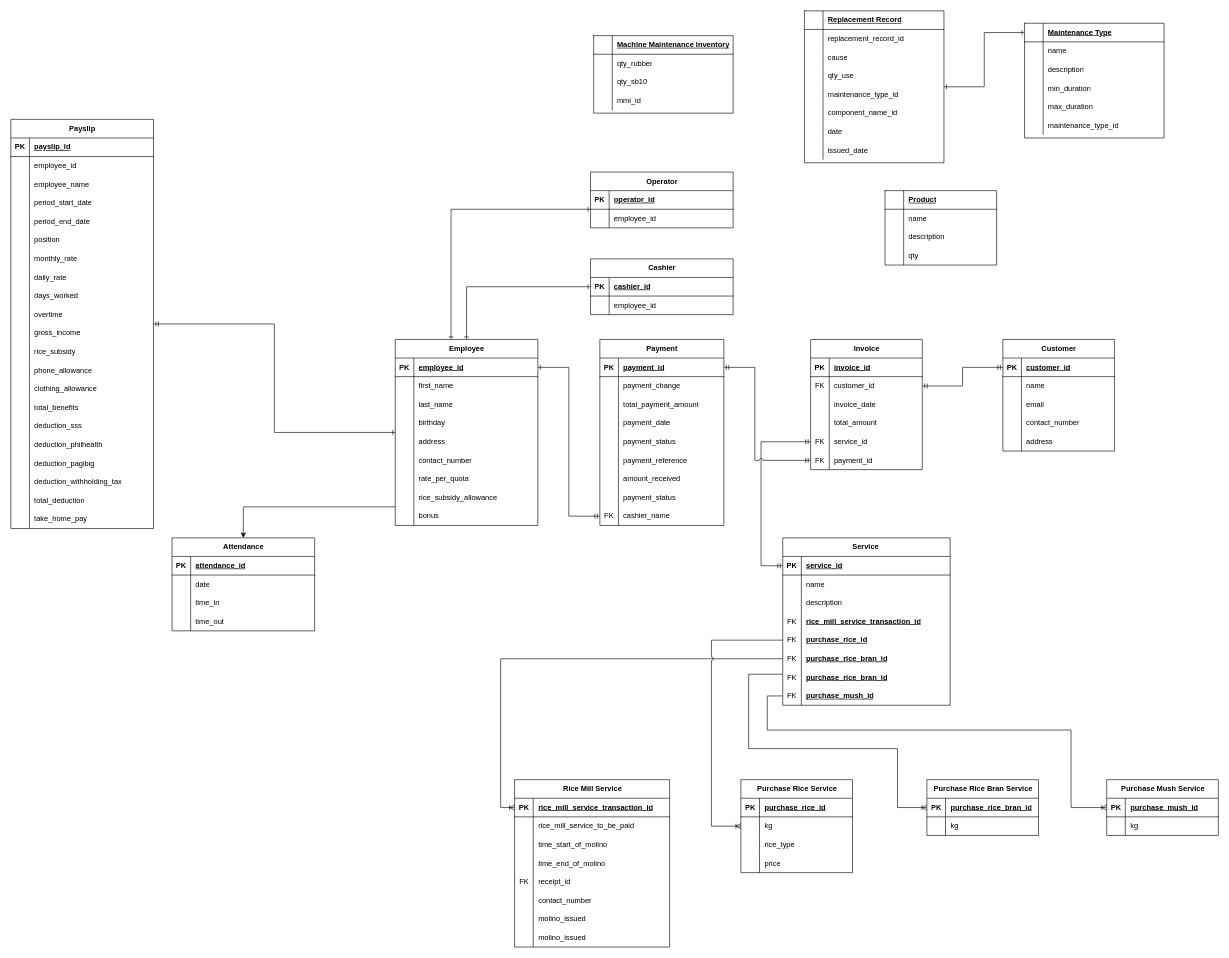
mmdc-j-abejo/abejo-rice-mill keeps this draw.io diagram as page "ERD" (1 of 2) of Entity Relationship Diagram.drawio. Above is the earlier version. Source tidied: cells renumbered, new cells numbered last; positions are measured from the earlier drawing's top-left corner, leaving out a move shared by most shapes. Both pictures are drawn from the tidied source at 62%, with x=0, y=0 at pixel (11, 11).
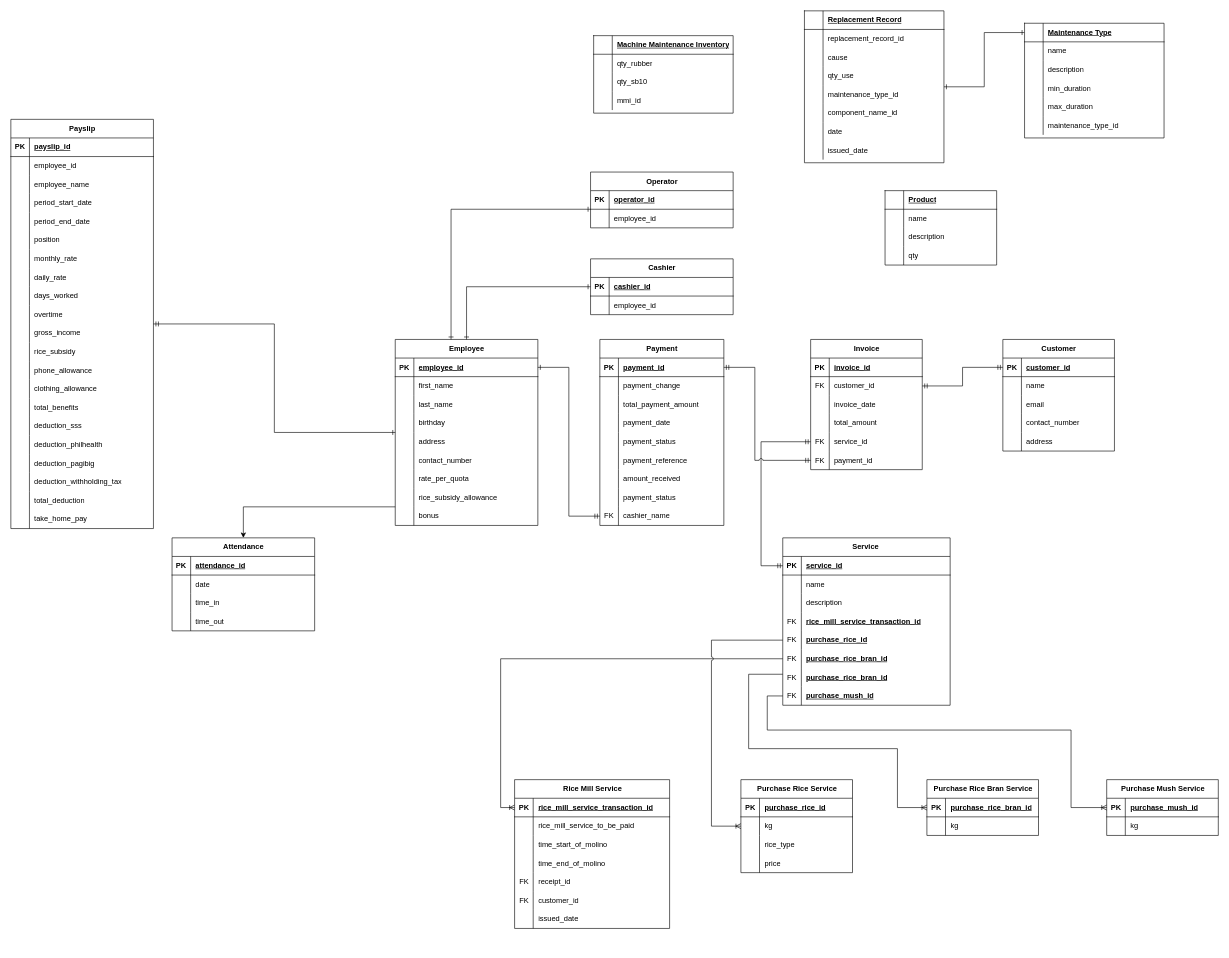
The same diagram, later.

Unchanged cells that the change refers to:
```xml
<mxCell id="18" style="shape=tableRow;horizontal=0;startSize=0;swimlaneHead=0;swimlaneBody=0;fillColor=none;top=0;left=0;right=0;bottom=0;" parent="2" vertex="1">
  <mxGeometry y="180" width="250" height="30" as="geometry" />
</mxCell>
```

What changed in the source:
```diff
@@
     <mxCell id="2" value="Rice Mill Service" style="shape=table;startSize=30;childLayout=tableLayout;rowLines=0;fontStyle=1;align=center;html=1;" parent="1" vertex="1">
-      <mxGeometry x="812.5" y="1240" width="250" height="270" as="geometry" />
+      <mxGeometry x="812.5" y="1240" width="250" height="240" as="geometry" />
     </mxCell>
@@
-    <mxCell id="19" style="shape=partialRectangle;fillColor=none;top=0;left=0;bottom=0;right=0;overflow=hidden;whiteSpace=wrap;html=1;" parent="18" vertex="1">
+    <mxCell id="19" value="FK" style="shape=partialRectangle;fillColor=none;top=0;left=0;bottom=0;right=0;overflow=hidden;whiteSpace=wrap;html=1;" parent="18" vertex="1">
       <mxGeometry width="30" height="30" as="geometry" />
     </mxCell>
-    <mxCell id="20" value="contact_number" style="shape=partialRectangle;fillColor=none;top=0;left=0;bottom=0;right=0;align=left;spacingLeft=6;overflow=hidden;whiteSpace=wrap;html=1;" parent="18" vertex="1">
+    <mxCell id="20" value="customer_id" style="shape=partialRectangle;fillColor=none;top=0;left=0;bottom=0;right=0;align=left;spacingLeft=6;overflow=hidden;whiteSpace=wrap;html=1;" parent="18" vertex="1">
       <mxGeometry x="30" width="220" height="30" as="geometry" />
     </mxCell>
-    <mxCell id="21" style="shape=tableRow;horizontal=0;startSize=0;swimlaneHead=0;swimlaneBody=0;fillColor=none;top=0;left=0;right=0;bottom=0;" parent="2" vertex="1">
-      <mxGeometry y="210" width="250" height="30" as="geometry" />
-    </mxCell>
-    <mxCell id="22" style="shape=partialRectangle;fillColor=none;top=0;left=0;bottom=0;right=0;overflow=hidden;whiteSpace=wrap;html=1;" parent="21" vertex="1">
-      <mxGeometry width="30" height="30" as="geometry" />
-    </mxCell>
-    <mxCell id="23" value="molino_issued" style="shape=partialRectangle;fillColor=none;top=0;left=0;bottom=0;right=0;align=left;spacingLeft=6;overflow=hidden;whiteSpace=wrap;html=1;" parent="21" vertex="1">
-      <mxGeometry x="30" width="220" height="30" as="geometry" />
-    </mxCell>
     <mxCell id="24" style="shape=tableRow;horizontal=0;startSize=0;swimlaneHead=0;swimlaneBody=0;fillColor=none;top=0;left=0;right=0;bottom=0;" parent="2" vertex="1">
-      <mxGeometry y="240" width="250" height="30" as="geometry" />
+      <mxGeometry y="210" width="250" height="30" as="geometry" />
     </mxCell>
@@
-    <mxCell id="26" value="molino_issued" style="shape=partialRectangle;fillColor=none;top=0;left=0;bottom=0;right=0;align=left;spacingLeft=6;overflow=hidden;whiteSpace=wrap;html=1;" parent="24" vertex="1">
+    <mxCell id="26" value="issued_date" style="shape=partialRectangle;fillColor=none;top=0;left=0;bottom=0;right=0;align=left;spacingLeft=6;overflow=hidden;whiteSpace=wrap;html=1;" parent="24" vertex="1">
       <mxGeometry x="30" width="220" height="30" as="geometry" />
     </mxCell>
```
